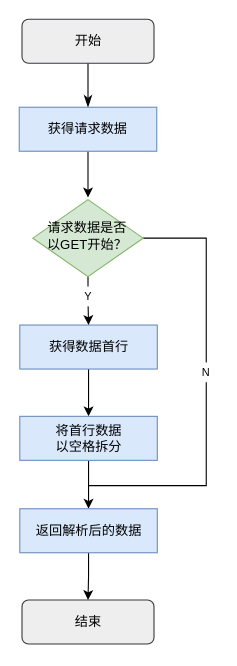
This is 协议解析器.drawio from KAZAMA-DREAM/picture, a draw.io file, before an edit. Source tidied: cells renumbered, new cells numbered last; positions are measured from the earlier drawing's top-left corner, leaving out a move shared by most shapes. Both pictures are drawn from the tidied source at 110%, with x=0, y=0 at pixel (19, 19).
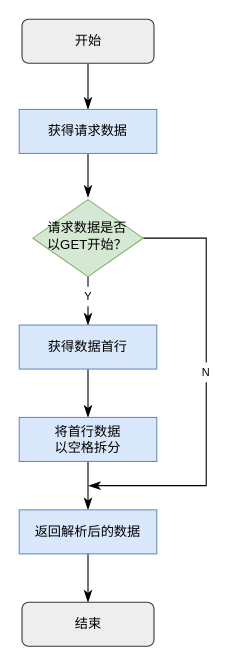
Above is the later version.

Commit message:
更新协议解析器.drawio

The change refers to these unchanged cells:
```xml
<mxCell id="12" value="请求数据是否&lt;br&gt;以GET开始？" style="rhombus;whiteSpace=wrap;html=1;shadow=0;fontFamily=Helvetica;fontSize=12;align=center;strokeWidth=1;spacing=6;spacingTop=-4;fillColor=#d5e8d4;strokeColor=#82b366;" parent="1" vertex="1">
  <mxGeometry x="12.4" y="164" width="100.2" height="70" as="geometry" />
</mxCell>
```

Diff of the diagram source:
```diff
@@
-    <mxCell id="4" style="edgeStyle=orthogonalEdgeStyle;rounded=0;jettySize=auto;html=1;" parent="1" edge="1" source="5">
+    <mxCell id="4" style="edgeStyle=orthogonalEdgeStyle;rounded=0;jettySize=auto;html=1;endSize=8;endArrow=classicThin;endFill=1;" parent="1" edge="1" source="5">
       <mxGeometry relative="1" as="geometry">
         <mxPoint x="62.5" y="162" as="targetPoint" />
       </mxGeometry>
     </mxCell>
     <mxCell id="5" value="获得请求数据" style="rounded=0;whiteSpace=wrap;html=1;fillColor=#dae8fc;strokeColor=#6c8ebf;" parent="1" vertex="1">
-      <mxGeometry y="80" width="125" height="40" as="geometry" />
+      <mxGeometry y="82" width="125" height="40" as="geometry" />
     </mxCell>
-    <mxCell id="6" style="edgeStyle=orthogonalEdgeStyle;rounded=0;jettySize=auto;html=1;" parent="1" edge="1" source="7" target="9">
+    <mxCell id="6" style="edgeStyle=orthogonalEdgeStyle;rounded=0;jettySize=auto;html=1;endSize=8;endArrow=classicThin;endFill=1;" parent="1" edge="1" source="7" target="9">
       <mxGeometry relative="1" as="geometry" />
     </mxCell>
     <mxCell id="7" value="获得数据首行" style="rounded=0;whiteSpace=wrap;html=1;fillColor=#dae8fc;strokeColor=#6c8ebf;" parent="1" vertex="1">
-      <mxGeometry x="0.5" y="278" width="125" height="40" as="geometry" />
+      <mxGeometry y="278" width="125" height="40" as="geometry" />
     </mxCell>
-    <mxCell id="8" style="edgeStyle=orthogonalEdgeStyle;rounded=0;jettySize=auto;html=1;" parent="1" edge="1" source="9" target="16">
+    <mxCell id="8" style="edgeStyle=orthogonalEdgeStyle;rounded=0;jettySize=auto;html=1;endSize=8;endArrow=classicThin;endFill=1;" parent="1" edge="1" source="9" target="16">
       <mxGeometry relative="1" as="geometry" />
     </mxCell>
     <mxCell id="9" value="将首行数据&lt;br&gt;以空格拆分" style="rounded=0;whiteSpace=wrap;html=1;fillColor=#dae8fc;strokeColor=#6c8ebf;" parent="1" vertex="1">
-      <mxGeometry x="0.5" y="361" width="125" height="40" as="geometry" />
+      <mxGeometry y="362" width="125" height="40" as="geometry" />
     </mxCell>
-    <mxCell id="10" style="edgeStyle=orthogonalEdgeStyle;rounded=0;jettySize=auto;html=1;" parent="1" edge="1" source="12" target="7">
+    <mxCell id="10" style="edgeStyle=orthogonalEdgeStyle;rounded=0;jettySize=auto;html=1;endSize=8;endArrow=classicThin;endFill=1;" parent="1" edge="1" source="12" target="7">
       <mxGeometry relative="1" as="geometry" />
     </mxCell>
-    <mxCell id="11" style="edgeStyle=orthogonalEdgeStyle;rounded=0;jettySize=auto;html=1;endArrow=none;endFill=0;" parent="1" edge="1" source="12">
+    <mxCell id="11" style="edgeStyle=orthogonalEdgeStyle;rounded=0;jettySize=auto;html=1;endArrow=classicThin;endFill=1;endSize=8;" parent="1" edge="1" source="12">
       <mxGeometry relative="1" as="geometry">
         <mxPoint x="63" y="424" as="targetPoint" />
         <Array as="points">
           <mxPoint x="170" y="199" />
           <mxPoint x="170" y="424" />
         </Array>
       </mxGeometry>
     </mxCell>
@@
     <mxCell id="14" value="结束" style="rounded=1;whiteSpace=wrap;html=1;fontSize=12;glass=0;strokeWidth=1;shadow=0;fillColor=#eeeeee;strokeColor=#36393d;" parent="1" vertex="1">
-      <mxGeometry x="2.5" y="528" width="120" height="40" as="geometry" />
+      <mxGeometry x="2.5" y="530" width="120" height="40" as="geometry" />
     </mxCell>
-    <mxCell id="15" style="edgeStyle=orthogonalEdgeStyle;rounded=0;jettySize=auto;html=1;" parent="1" edge="1" source="16" target="14">
+    <mxCell id="15" style="edgeStyle=orthogonalEdgeStyle;rounded=0;jettySize=auto;html=1;endSize=8;endArrow=classicThin;endFill=1;" parent="1" edge="1" source="16" target="14">
       <mxGeometry relative="1" as="geometry" />
     </mxCell>
     <mxCell id="16" value="返回解析后的数据" style="rounded=0;whiteSpace=wrap;html=1;fillColor=#dae8fc;strokeColor=#6c8ebf;" parent="1" vertex="1">
-      <mxGeometry x="0.5" y="445" width="125" height="40" as="geometry" />
+      <mxGeometry y="446" width="125" height="40" as="geometry" />
     </mxCell>
```
